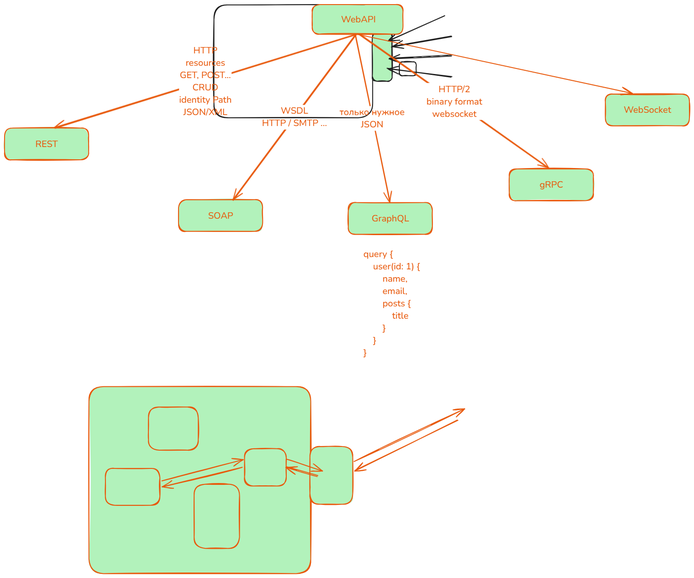
Earlier version of the Excalidraw export img/5_api.excalidraw.png (silvercodes/p23_p31_aspnetcore). Source tidied: one line per element, renumbered; positions are measured from the earlier drawing's top-left corner, leaving out a move shared by most shapes.
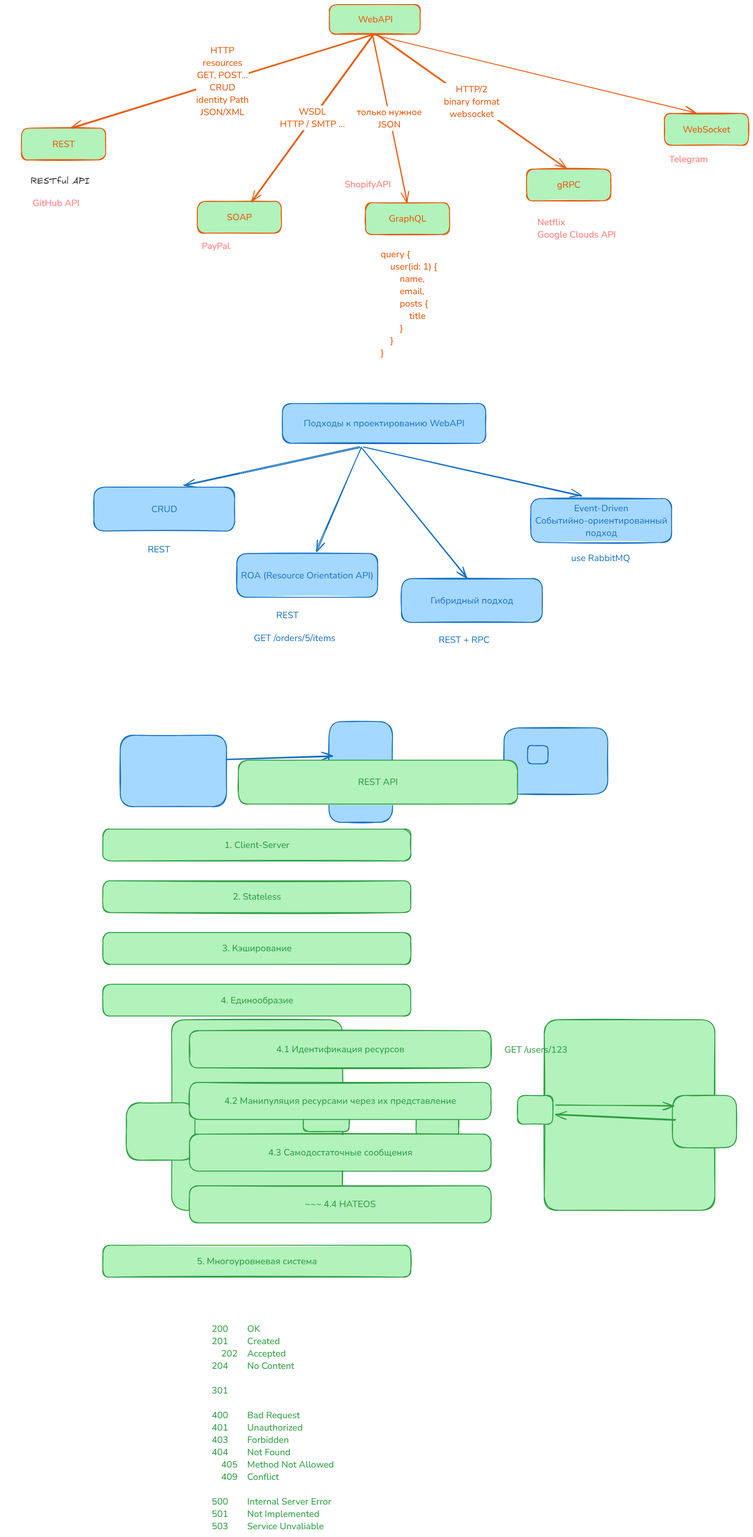
After the commit.

Commit message:
add: REST API

The edit, as a diff of the source:
```diff
@@ -4,9 +4,9 @@
 {"id": 3, "type": "text", "text": "REST", "strokeColor": "#e8590c", "backgroundColor": "#b2f2bb", "fillStyle": "solid", "strokeWidth": 2, "roughness": 1, "fontSize": 20, "fontFamily": 6, "textAlign": "center", "verticalAlign": "middle", "inside": 2, "x": 68, "y": 292, "width": 49, "height": 27}
 {"id": 4, "type": "arrow", "strokeColor": "#e8590c", "backgroundColor": "#b2f2bb", "fillStyle": "solid", "strokeWidth": 2, "roughness": 1, "endArrowhead": "arrow", "round": true, "from": 0, "to": 2, "x": 769, "y": 65, "width": 659, "height": 205, "points": [[0, 0], [-659, 205]]}
 {"id": 5, "type": "text", "text": "HTTP\nresources\nGET, POST...\nCRUD\nidentity Path\nJSON/XML", "strokeColor": "#e8590c", "backgroundColor": "#b2f2bb", "fillStyle": "solid", "strokeWidth": 2, "roughness": 1, "fontSize": 20, "fontFamily": 6, "textAlign": "center", "verticalAlign": "middle", "inside": 4, "x": 531, "y": 73, "width": 115, "height": 162}
-{"id": 6, "type": "rectangle", "strokeColor": "#e8590c", "backgroundColor": "#b2f2bb", "fillStyle": "solid", "strokeWidth": 2, "roughness": 1, "round": true, "x": 381, "y": 427, "width": 184, "height": 70}
+{"id": 6, "type": "rectangle", "strokeColor": "#e8590c", "backgroundColor": "#b2f2bb", "fillStyle": "solid", "strokeWidth": 2, "roughness": 1, "round": true, "x": 385, "y": 431, "width": 184, "height": 70}
-{"id": 7, "type": "text", "text": "SOAP", "strokeColor": "#e8590c", "backgroundColor": "#b2f2bb", "fillStyle": "solid", "strokeWidth": 2, "roughness": 1, "fontSize": 20, "fontFamily": 6, "textAlign": "center", "verticalAlign": "middle", "inside": 6, "x": 446, "y": 449, "width": 55, "height": 27}
+{"id": 7, "type": "text", "text": "SOAP", "strokeColor": "#e8590c", "backgroundColor": "#b2f2bb", "fillStyle": "solid", "strokeWidth": 2, "roughness": 1, "fontSize": 20, "fontFamily": 6, "textAlign": "center", "verticalAlign": "middle", "inside": 6, "x": 449, "y": 452, "width": 55, "height": 27}
-{"id": 8, "type": "arrow", "strokeColor": "#e8590c", "backgroundColor": "#b2f2bb", "fillStyle": "solid", "strokeWidth": 2, "roughness": 1, "endArrowhead": "arrow", "round": true, "from": 0, "to": 6, "x": 769, "y": 66, "width": 269, "height": 361, "points": [[0, 0], [-269, 361]]}
+{"id": 8, "type": "arrow", "strokeColor": "#e8590c", "backgroundColor": "#b2f2bb", "fillStyle": "solid", "strokeWidth": 2, "roughness": 1, "endArrowhead": "arrow", "round": true, "from": 0, "to": 6, "x": 770, "y": 66, "width": 266, "height": 365, "points": [[0, 0], [-266, 365]]}
 {"id": 9, "type": "text", "text": "WSDL\nHTTP / SMTP ...", "strokeColor": "#e8590c", "backgroundColor": "#b2f2bb", "fillStyle": "solid", "strokeWidth": 2, "roughness": 1, "fontSize": 20, "fontFamily": 6, "textAlign": "center", "verticalAlign": "middle", "inside": 8, "x": 701, "y": 229, "width": 142, "height": 54}
 {"id": 10, "type": "rectangle", "strokeColor": "#e8590c", "backgroundColor": "#b2f2bb", "fillStyle": "solid", "strokeWidth": 2, "roughness": 1, "round": true, "x": 753, "y": 434, "width": 184, "height": 70}
 {"id": 11, "type": "text", "text": "GraphQL", "strokeColor": "#e8590c", "backgroundColor": "#b2f2bb", "fillStyle": "solid", "strokeWidth": 2, "roughness": 1, "fontSize": 20, "fontFamily": 6, "textAlign": "center", "verticalAlign": "middle", "inside": 10, "x": 804, "y": 455, "width": 82, "height": 27}
@@ -17,6 +17,53 @@
 {"id": 16, "type": "text", "text": "gRPC", "strokeColor": "#e8590c", "backgroundColor": "#b2f2bb", "fillStyle": "solid", "strokeWidth": 2, "roughness": 1, "fontSize": 20, "fontFamily": 6, "textAlign": "center", "verticalAlign": "middle", "inside": 15, "x": 1172, "y": 381, "width": 51, "height": 27}
 {"id": 17, "type": "arrow", "strokeColor": "#e8590c", "backgroundColor": "#b2f2bb", "fillStyle": "solid", "strokeWidth": 2, "roughness": 1, "endArrowhead": "arrow", "round": true, "from": 0, "to": 15, "x": 777, "y": 65, "width": 415, "height": 294, "points": [[0, 0], [415, 294]]}
 {"id": 18, "type": "text", "text": "HTTP/2\nbinary format\nwebsocket", "strokeColor": "#e8590c", "backgroundColor": "#b2f2bb", "fillStyle": "solid", "strokeWidth": 2, "roughness": 1, "fontSize": 20, "fontFamily": 6, "textAlign": "center", "verticalAlign": "middle", "inside": 17, "x": 922, "y": 176, "width": 122, "height": 81}
-{"id": 19, "type": "rectangle", "strokeColor": "#e8590c", "backgroundColor": "#b2f2bb", "fillStyle": "solid", "strokeWidth": 2, "roughness": 1, "round": true, "x": 1316, "y": 196, "width": 184, "height": 70}
+{"id": 19, "type": "rectangle", "strokeColor": "#e8590c", "backgroundColor": "#b2f2bb", "fillStyle": "solid", "strokeWidth": 2, "roughness": 1, "round": true, "x": 1407, "y": 238, "width": 184, "height": 70}
-{"id": 20, "type": "text", "text": "WebSocket", "strokeColor": "#e8590c", "backgroundColor": "#b2f2bb", "fillStyle": "solid", "strokeWidth": 2, "roughness": 1, "fontSize": 20, "fontFamily": 6, "textAlign": "center", "verticalAlign": "middle", "inside": 19, "x": 1356, "y": 217, "width": 104, "height": 27}
+{"id": 20, "type": "text", "text": "WebSocket", "strokeColor": "#e8590c", "backgroundColor": "#b2f2bb", "fillStyle": "solid", "strokeWidth": 2, "roughness": 1, "fontSize": 20, "fontFamily": 6, "textAlign": "center", "verticalAlign": "middle", "inside": 19, "x": 1447, "y": 260, "width": 104, "height": 27}
-{"id": 21, "type": "arrow", "strokeColor": "#e8590c", "backgroundColor": "#b2f2bb", "fillStyle": "solid", "strokeWidth": 2, "roughness": 1, "endArrowhead": "arrow", "from": 0, "to": 19, "x": 772, "y": 65, "width": 602, "height": 129, "points": [[0, 0], [602, 129]]}
+{"id": 21, "type": "arrow", "strokeColor": "#e8590c", "backgroundColor": "#b2f2bb", "fillStyle": "solid", "strokeWidth": 2, "roughness": 1, "endArrowhead": "arrow", "from": 0, "to": 19, "x": 766, "y": 65, "width": 709, "height": 172, "points": [[0, 0], [709, 172]]}
+{"id": 22, "type": "text", "text": "RESTful API", "strokeColor": "#1e1e1e", "strokeWidth": 2, "roughness": 1, "fontSize": 20, "fontFamily": 5, "x": 19, "y": 374, "width": 130, "height": 25}
+{"id": 23, "type": "rectangle", "strokeColor": "#1971c2", "backgroundColor": "#a5d8ff", "fillStyle": "solid", "strokeWidth": 2, "roughness": 1, "round": true, "x": 571, "y": 873, "width": 445, "height": 87}
+{"id": 24, "type": "text", "text": "Подходы к проектированию WebAPI", "strokeColor": "#1971c2", "backgroundColor": "#a5d8ff", "fillStyle": "solid", "strokeWidth": 2, "roughness": 1, "fontSize": 20, "fontFamily": 6, "textAlign": "center", "verticalAlign": "middle", "inside": 23, "x": 618, "y": 903, "width": 352, "height": 27}
+{"id": 25, "type": "rectangle", "strokeColor": "#1971c2", "backgroundColor": "#a5d8ff", "fillStyle": "solid", "strokeWidth": 2, "roughness": 1, "round": true, "x": 158, "y": 1056, "width": 308, "height": 96}
+{"id": 26, "type": "text", "text": "CRUD", "strokeColor": "#1971c2", "backgroundColor": "#a5d8ff", "fillStyle": "solid", "strokeWidth": 2, "roughness": 1, "fontSize": 20, "fontFamily": 6, "textAlign": "center", "verticalAlign": "middle", "inside": 25, "x": 284, "y": 1091, "width": 57, "height": 27}
+{"id": 27, "type": "text", "text": "REST", "strokeColor": "#1971c2", "backgroundColor": "#a5d8ff", "fillStyle": "solid", "strokeWidth": 2, "roughness": 1, "fontSize": 20, "fontFamily": 6, "x": 276, "y": 1179, "width": 49, "height": 27}
+{"id": 28, "type": "rectangle", "strokeColor": "#1971c2", "backgroundColor": "#a5d8ff", "fillStyle": "solid", "strokeWidth": 2, "roughness": 1, "round": true, "x": 471, "y": 1201, "width": 308, "height": 96}
+{"id": 29, "type": "text", "text": "ROA (Resource Orientation API)", "strokeColor": "#1971c2", "backgroundColor": "#a5d8ff", "fillStyle": "solid", "strokeWidth": 2, "roughness": 1, "fontSize": 20, "fontFamily": 6, "textAlign": "center", "verticalAlign": "middle", "inside": 28, "x": 481, "y": 1236, "width": 290, "height": 27}
+{"id": 30, "type": "text", "text": "REST", "strokeColor": "#1971c2", "backgroundColor": "#a5d8ff", "fillStyle": "solid", "strokeWidth": 2, "roughness": 1, "fontSize": 20, "fontFamily": 6, "x": 557, "y": 1323, "width": 49, "height": 27}
+{"id": 31, "type": "text", "text": "GET /orders/5/items", "strokeColor": "#1971c2", "backgroundColor": "#a5d8ff", "fillStyle": "solid", "strokeWidth": 2, "roughness": 1, "fontSize": 20, "fontFamily": 6, "x": 508, "y": 1372, "width": 179, "height": 27}
+{"id": 32, "type": "rectangle", "strokeColor": "#1971c2", "backgroundColor": "#a5d8ff", "fillStyle": "solid", "strokeWidth": 2, "roughness": 1, "round": true, "x": 831, "y": 1256, "width": 308, "height": 96}
+{"id": 33, "type": "text", "text": "Гибридный подход", "strokeColor": "#1971c2", "backgroundColor": "#a5d8ff", "fillStyle": "solid", "strokeWidth": 2, "roughness": 1, "fontSize": 20, "fontFamily": 6, "textAlign": "center", "verticalAlign": "middle", "inside": 32, "x": 895, "y": 1291, "width": 181, "height": 27}
+{"id": 34, "type": "text", "text": "REST + RPC", "strokeColor": "#1971c2", "backgroundColor": "#a5d8ff", "fillStyle": "solid", "strokeWidth": 2, "roughness": 1, "fontSize": 20, "fontFamily": 6, "x": 913, "y": 1376, "width": 111, "height": 27}
+{"id": 35, "type": "rectangle", "strokeColor": "#1971c2", "backgroundColor": "#a5d8ff", "fillStyle": "solid", "strokeWidth": 2, "roughness": 1, "round": true, "x": 1115, "y": 1081, "width": 308, "height": 96}
+{"id": 36, "type": "text", "text": "Event-Driven\nСобытийно-ориентированный\nподход", "strokeColor": "#1971c2", "backgroundColor": "#a5d8ff", "fillStyle": "solid", "strokeWidth": 2, "roughness": 1, "fontSize": 20, "fontFamily": 6, "textAlign": "center", "verticalAlign": "middle", "inside": 35, "x": 1124, "y": 1089, "width": 289, "height": 81}
+{"id": 37, "type": "text", "text": "use RabbitMQ", "strokeColor": "#1971c2", "backgroundColor": "#a5d8ff", "fillStyle": "solid", "strokeWidth": 2, "roughness": 1, "fontSize": 20, "fontFamily": 6, "x": 1203, "y": 1198, "width": 129, "height": 27}
+{"id": 38, "type": "arrow", "strokeColor": "#1971c2", "backgroundColor": "#a5d8ff", "fillStyle": "solid", "strokeWidth": 2, "roughness": 1, "endArrowhead": "arrow", "round": true, "from": 23, "to": 25, "x": 741, "y": 968, "width": 385, "height": 85, "points": [[0, 0], [-385, 85]]}
+{"id": 39, "type": "arrow", "strokeColor": "#1971c2", "backgroundColor": "#a5d8ff", "fillStyle": "solid", "strokeWidth": 2, "roughness": 1, "endArrowhead": "arrow", "round": true, "from": 23, "to": 28, "x": 744, "y": 969, "width": 99, "height": 226, "points": [[0, 0], [-99, 226]]}
+{"id": 40, "type": "arrow", "strokeColor": "#1971c2", "backgroundColor": "#a5d8ff", "fillStyle": "solid", "strokeWidth": 2, "roughness": 1, "endArrowhead": "arrow", "round": true, "from": 23, "to": 32, "x": 746, "y": 973, "width": 227, "height": 281, "points": [[0, 0], [227, 281]]}
+{"id": 41, "type": "arrow", "strokeColor": "#1971c2", "backgroundColor": "#a5d8ff", "fillStyle": "solid", "strokeWidth": 2, "roughness": 1, "endArrowhead": "arrow", "round": true, "from": 23, "to": 35, "x": 749, "y": 968, "width": 476, "height": 107, "points": [[0, 0], [476, 107]]}
+{"id": 42, "type": "text", "text": "GitHub API", "strokeColor": "#ff8787", "backgroundColor": "#a5d8ff", "fillStyle": "solid", "strokeWidth": 2, "roughness": 1, "fontSize": 20, "fontFamily": 6, "x": 24, "y": 421, "width": 103, "height": 27}
+{"id": 43, "type": "text", "text": "ShopifyAPI", "strokeColor": "#ff8787", "backgroundColor": "#a5d8ff", "fillStyle": "solid", "strokeWidth": 2, "roughness": 1, "fontSize": 20, "fontFamily": 6, "x": 707, "y": 380, "width": 101, "height": 27}
+{"id": 44, "type": "text", "text": "Netflix\nGoogle Clouds API", "strokeColor": "#ff8787", "backgroundColor": "#a5d8ff", "fillStyle": "solid", "strokeWidth": 2, "roughness": 1, "fontSize": 20, "fontFamily": 6, "x": 1129, "y": 462, "width": 172, "height": 54}
+{"id": 45, "type": "text", "text": "PayPal", "strokeColor": "#ff8787", "backgroundColor": "#a5d8ff", "fillStyle": "solid", "strokeWidth": 2, "roughness": 1, "fontSize": 20, "fontFamily": 6, "x": 394, "y": 514, "width": 62, "height": 27}
+{"id": 46, "type": "text", "text": "Telegram", "strokeColor": "#ff8787", "backgroundColor": "#a5d8ff", "fillStyle": "solid", "strokeWidth": 2, "roughness": 1, "fontSize": 20, "fontFamily": 6, "x": 1417, "y": 325, "width": 85, "height": 27}
+{"id": 47, "type": "rectangle", "strokeColor": "#2f9e44", "backgroundColor": "#b2f2bb", "fillStyle": "solid", "strokeWidth": 2, "roughness": 1, "round": true, "x": 475, "y": 1654, "width": 611, "height": 96}
+{"id": 48, "type": "text", "text": "REST API", "strokeColor": "#2f9e44", "backgroundColor": "#b2f2bb", "fillStyle": "solid", "strokeWidth": 2, "roughness": 1, "fontSize": 20, "fontFamily": 6, "textAlign": "center", "verticalAlign": "middle", "inside": 47, "x": 737, "y": 1688, "width": 87, "height": 27}
+{"id": 49, "type": "rectangle", "strokeColor": "#2f9e44", "backgroundColor": "#b2f2bb", "fillStyle": "solid", "strokeWidth": 2, "roughness": 1, "round": true, "x": 178, "y": 1805, "width": 674, "height": 70}
+{"id": 50, "type": "text", "text": "1. Client-Server", "strokeColor": "#2f9e44", "backgroundColor": "#b2f2bb", "fillStyle": "solid", "strokeWidth": 2, "roughness": 1, "fontSize": 20, "fontFamily": 6, "textAlign": "center", "verticalAlign": "middle", "inside": 49, "x": 444, "y": 1826, "width": 142, "height": 27}
+{"id": 51, "type": "rectangle", "strokeColor": "#2f9e44", "backgroundColor": "#b2f2bb", "fillStyle": "solid", "strokeWidth": 2, "roughness": 1, "round": true, "x": 178, "y": 1918, "width": 674, "height": 70}
+{"id": 52, "type": "text", "text": "2. Stateless", "strokeColor": "#2f9e44", "backgroundColor": "#b2f2bb", "fillStyle": "solid", "strokeWidth": 2, "roughness": 1, "fontSize": 20, "fontFamily": 6, "textAlign": "center", "verticalAlign": "middle", "inside": 51, "x": 462, "y": 1939, "width": 106, "height": 27}
+{"id": 53, "type": "rectangle", "strokeColor": "#2f9e44", "backgroundColor": "#b2f2bb", "fillStyle": "solid", "strokeWidth": 2, "roughness": 1, "round": true, "x": 178, "y": 2031, "width": 674, "height": 70}
+{"id": 54, "type": "text", "text": "3. Кэширование", "strokeColor": "#2f9e44", "backgroundColor": "#b2f2bb", "fillStyle": "solid", "strokeWidth": 2, "roughness": 1, "fontSize": 20, "fontFamily": 6, "textAlign": "center", "verticalAlign": "middle", "inside": 53, "x": 439, "y": 2052, "width": 152, "height": 27}
+{"id": 55, "type": "rectangle", "strokeColor": "#2f9e44", "backgroundColor": "#b2f2bb", "fillStyle": "solid", "strokeWidth": 2, "roughness": 1, "round": true, "x": 178, "y": 2144, "width": 674, "height": 70}
+{"id": 56, "type": "text", "text": "4. Единообразие", "strokeColor": "#2f9e44", "backgroundColor": "#b2f2bb", "fillStyle": "solid", "strokeWidth": 2, "roughness": 1, "fontSize": 20, "fontFamily": 6, "textAlign": "center", "verticalAlign": "middle", "inside": 55, "x": 436, "y": 2166, "width": 159, "height": 27}
+{"id": 57, "type": "rectangle", "strokeColor": "#2f9e44", "backgroundColor": "#b2f2bb", "fillStyle": "solid", "strokeWidth": 2, "roughness": 1, "round": true, "x": 367, "y": 2246, "width": 660, "height": 81}
+{"id": 58, "type": "text", "text": "4.1 Идентификация ресурсов", "strokeColor": "#2f9e44", "backgroundColor": "#b2f2bb", "fillStyle": "solid", "strokeWidth": 2, "roughness": 1, "fontSize": 20, "fontFamily": 6, "textAlign": "center", "verticalAlign": "middle", "inside": 57, "x": 557, "y": 2273, "width": 280, "height": 27}
+{"id": 59, "type": "text", "text": "GET /users/123", "strokeColor": "#2f9e44", "backgroundColor": "#b2f2bb", "fillStyle": "solid", "strokeWidth": 2, "roughness": 1, "fontSize": 20, "fontFamily": 6, "x": 1057, "y": 2274, "width": 138, "height": 27}
+{"id": 60, "type": "rectangle", "strokeColor": "#2f9e44", "backgroundColor": "#b2f2bb", "fillStyle": "solid", "strokeWidth": 2, "roughness": 1, "round": true, "x": 367, "y": 2359, "width": 660, "height": 81}
+{"id": 61, "type": "text", "text": "4.2 Манипуляция ресурсами через их представление", "strokeColor": "#2f9e44", "backgroundColor": "#b2f2bb", "fillStyle": "solid", "strokeWidth": 2, "roughness": 1, "fontSize": 20, "fontFamily": 6, "textAlign": "center", "verticalAlign": "middle", "inside": 60, "x": 444, "y": 2386, "width": 507, "height": 27}
+{"id": 62, "type": "rectangle", "strokeColor": "#2f9e44", "backgroundColor": "#b2f2bb", "fillStyle": "solid", "strokeWidth": 2, "roughness": 1, "round": true, "x": 367, "y": 2472, "width": 660, "height": 81}
+{"id": 63, "type": "text", "text": "4.3 Самодостаточные сообщения", "strokeColor": "#2f9e44", "backgroundColor": "#b2f2bb", "fillStyle": "solid", "strokeWidth": 2, "roughness": 1, "fontSize": 20, "fontFamily": 6, "textAlign": "center", "verticalAlign": "middle", "inside": 62, "x": 540, "y": 2499, "width": 316, "height": 27}
+{"id": 64, "type": "rectangle", "strokeColor": "#2f9e44", "backgroundColor": "#b2f2bb", "fillStyle": "solid", "strokeWidth": 2, "roughness": 1, "round": true, "x": 367, "y": 2585, "width": 660, "height": 81}
+{"id": 65, "type": "text", "text": "~~~ 4.4 HATEOS", "strokeColor": "#2f9e44", "backgroundColor": "#b2f2bb", "fillStyle": "solid", "strokeWidth": 2, "roughness": 1, "fontSize": 20, "fontFamily": 6, "textAlign": "center", "verticalAlign": "middle", "inside": 64, "x": 620, "y": 2612, "width": 155, "height": 27}
+{"id": 66, "type": "rectangle", "strokeColor": "#2f9e44", "backgroundColor": "#b2f2bb", "fillStyle": "solid", "strokeWidth": 2, "roughness": 1, "round": true, "x": 178, "y": 2716, "width": 674, "height": 70}
+{"id": 67, "type": "text", "text": "5. Многоуровневая система", "strokeColor": "#2f9e44", "backgroundColor": "#b2f2bb", "fillStyle": "solid", "strokeWidth": 2, "roughness": 1, "fontSize": 20, "fontFamily": 6, "textAlign": "center", "verticalAlign": "middle", "inside": 66, "x": 384, "y": 2737, "width": 263, "height": 27}
+{"id": 68, "type": "text", "text": "200        OK\n201        Created\n    202    Accepted\n204        No Content\n\n301\n\n400        Bad Request\n401        Unauthorized\n403        Forbidden\n404        Not Found\n    405    Method Not Allowed\n    409    Conflict\n\n500        Internal Server Error\n501        Not Implemented\n503        Service Unvaliable", "strokeColor": "#2f9e44", "backgroundColor": "#b2f2bb", "fillStyle": "solid", "strokeWidth": 2, "roughness": 1, "fontSize": 20, "fontFamily": 6, "x": 416, "y": 2885, "width": 268, "height": 459}
```
